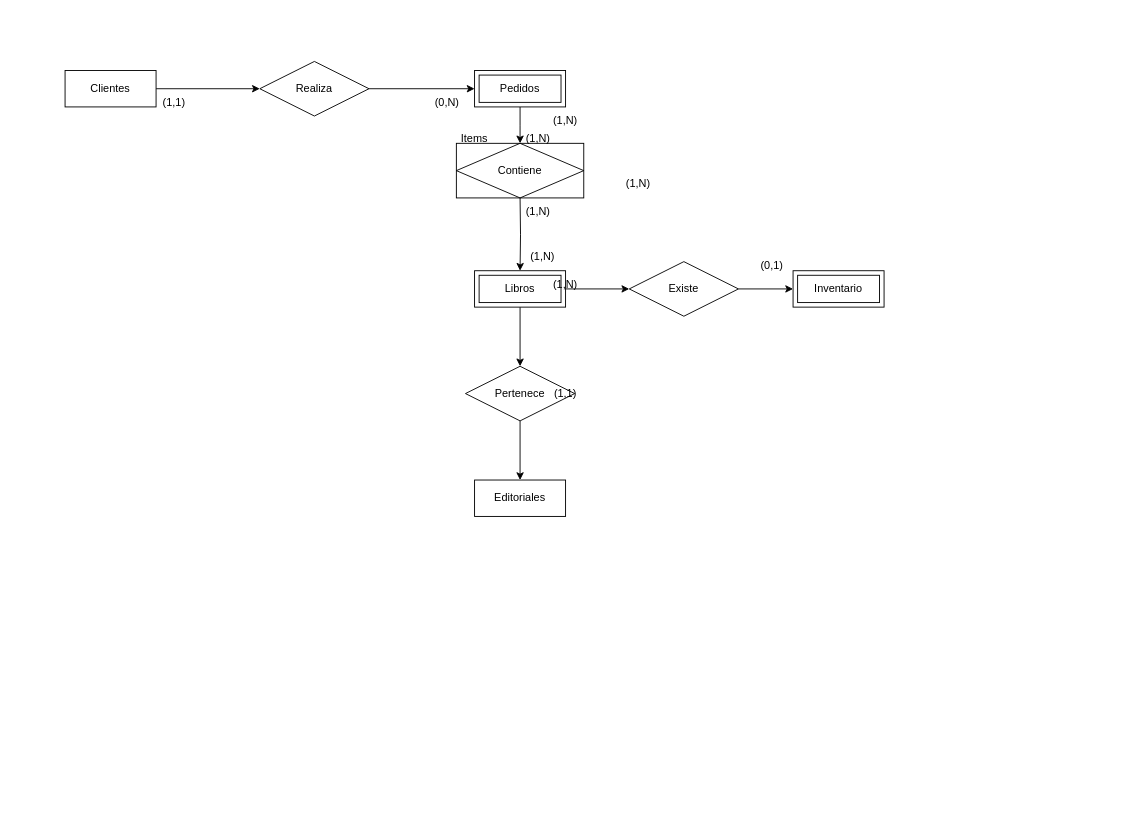
Aldo-CL/Bases-Datos keeps this draw.io diagram as Modelo.drawio. Above is the earlier version. Source tidied: cells renumbered, new cells numbered last; positions are measured from the earlier drawing's top-left corner, leaving out a move shared by most shapes. Both pictures are drawn from the tidied source at 91%, with x=0, y=0 at pixel (65, 61).
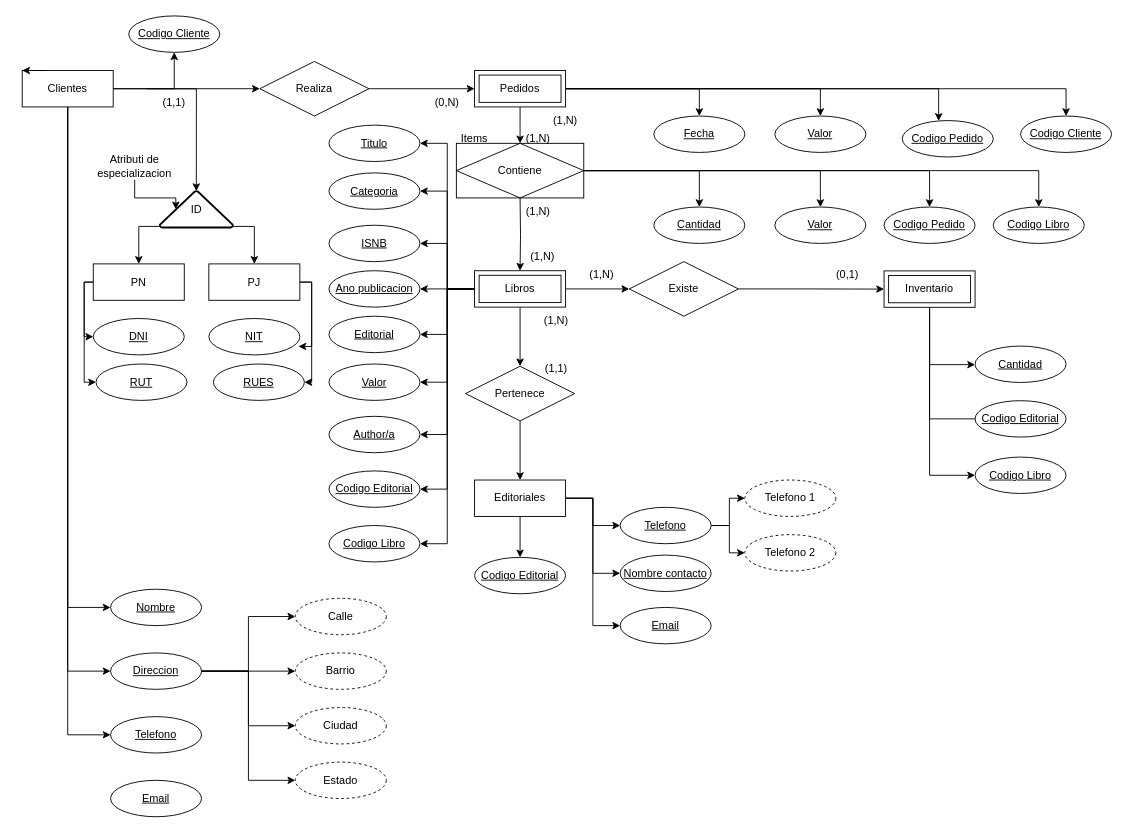
Above is the later version.

The change refers to these unchanged cells:
```xml
<mxCell id="5" value="Pedidos" style="shape=ext;margin=3;double=1;whiteSpace=wrap;html=1;align=center;" parent="1" vertex="1">
  <mxGeometry x="450" y="10" width="100" height="40" as="geometry" />
</mxCell>
<mxCell id="8" value="Libros" style="shape=ext;margin=3;double=1;whiteSpace=wrap;html=1;align=center;" parent="1" vertex="1">
  <mxGeometry x="450" y="230" width="100" height="40" as="geometry" />
</mxCell>
<mxCell id="10" value="Editoriales" style="whiteSpace=wrap;html=1;align=center;" parent="1" vertex="1">
  <mxGeometry x="450" y="460" width="100" height="40" as="geometry" />
</mxCell>
<mxCell id="26" value="Contiene" style="shape=associativeEntity;whiteSpace=wrap;html=1;align=center;" parent="1" vertex="1">
  <mxGeometry x="430" y="90" width="140" height="60" as="geometry" />
</mxCell>
```

The edit, as a diff of the source:
```diff
@@
+    <mxCell id="30" style="edgeStyle=orthogonalEdgeStyle;rounded=0;jettySize=auto;html=1;exitX=0.5;exitY=1;exitDx=0;exitDy=0;entryX=0;entryY=0.5;entryDx=0;entryDy=0;" parent="1" edge="1" source="3" target="63">
+      <mxGeometry relative="1" as="geometry" />
+    </mxCell>
+    <mxCell id="31" style="edgeStyle=orthogonalEdgeStyle;rounded=0;jettySize=auto;html=1;exitX=0.5;exitY=1;exitDx=0;exitDy=0;entryX=0;entryY=0.5;entryDx=0;entryDy=0;" parent="1" edge="1" source="3" target="64">
+      <mxGeometry relative="1" as="geometry" />
+    </mxCell>
+    <mxCell id="32" style="edgeStyle=orthogonalEdgeStyle;rounded=0;jettySize=auto;html=1;exitX=0.5;exitY=1;exitDx=0;exitDy=0;entryX=0;entryY=0.5;entryDx=0;entryDy=0;" parent="1" edge="1" source="3" target="59">
+      <mxGeometry relative="1" as="geometry" />
+    </mxCell>
+    <mxCell id="33" style="edgeStyle=orthogonalEdgeStyle;rounded=0;jettySize=auto;html=1;exitX=1;exitY=0.5;exitDx=0;exitDy=0;entryX=0.5;entryY=1;entryDx=0;entryDy=0;" parent="1" edge="1" source="3" target="104">
+      <mxGeometry relative="1" as="geometry" />
+    </mxCell>
     <mxCell id="3" value="Clientes" style="whiteSpace=wrap;html=1;align=center;" parent="1" vertex="1">
-      <mxGeometry y="10" width="100" height="40" as="geometry" />
+      <mxGeometry x="-47.1" y="10" width="100" height="40" as="geometry" />
     </mxCell>
@@
+    <mxCell id="34" style="edgeStyle=orthogonalEdgeStyle;rounded=0;jettySize=auto;html=1;exitX=1;exitY=0.5;exitDx=0;exitDy=0;entryX=0.5;entryY=0;entryDx=0;entryDy=0;" parent="1" edge="1" source="5" target="86">
+      <mxGeometry relative="1" as="geometry" />
+    </mxCell>
+    <mxCell id="35" style="edgeStyle=orthogonalEdgeStyle;rounded=0;jettySize=auto;html=1;entryX=0.5;entryY=0;entryDx=0;entryDy=0;" parent="1" edge="1" source="5" target="87">
+      <mxGeometry relative="1" as="geometry" />
+    </mxCell>
+    <mxCell id="36" style="edgeStyle=orthogonalEdgeStyle;rounded=0;jettySize=auto;html=1;entryX=0.5;entryY=0;entryDx=0;entryDy=0;" parent="1" edge="1" source="5" target="106">
+      <mxGeometry relative="1" as="geometry">
+        <Array as="points">
+          <mxPoint x="1100" y="30" />
+        </Array>
+      </mxGeometry>
+    </mxCell>
+    <mxCell id="37" style="edgeStyle=orthogonalEdgeStyle;rounded=0;jettySize=auto;html=1;exitX=1;exitY=0.5;exitDx=0;exitDy=0;" parent="1" edge="1" source="5" target="109">
+      <mxGeometry relative="1" as="geometry">
+        <Array as="points">
+          <mxPoint x="960" y="30" />
+        </Array>
+      </mxGeometry>
+    </mxCell>
@@
+    <mxCell id="38" style="edgeStyle=orthogonalEdgeStyle;rounded=0;jettySize=auto;html=1;exitX=0;exitY=0.5;exitDx=0;exitDy=0;entryX=1;entryY=0.5;entryDx=0;entryDy=0;" parent="1" edge="1" source="8" target="89">
+      <mxGeometry relative="1" as="geometry" />
+    </mxCell>
+    <mxCell id="39" style="edgeStyle=orthogonalEdgeStyle;rounded=0;jettySize=auto;html=1;exitX=0;exitY=0.5;exitDx=0;exitDy=0;entryX=1;entryY=0.5;entryDx=0;entryDy=0;" parent="1" edge="1" source="8" target="90">
+      <mxGeometry relative="1" as="geometry" />
+    </mxCell>
+    <mxCell id="40" style="edgeStyle=orthogonalEdgeStyle;rounded=0;jettySize=auto;html=1;exitX=0;exitY=0.5;exitDx=0;exitDy=0;entryX=1;entryY=0.5;entryDx=0;entryDy=0;" parent="1" edge="1" source="8" target="91">
+      <mxGeometry relative="1" as="geometry" />
+    </mxCell>
+    <mxCell id="41" style="edgeStyle=orthogonalEdgeStyle;rounded=0;jettySize=auto;html=1;exitX=0;exitY=0.5;exitDx=0;exitDy=0;entryX=1;entryY=0.5;entryDx=0;entryDy=0;" parent="1" edge="1" source="8" target="93">
+      <mxGeometry relative="1" as="geometry" />
+    </mxCell>
+    <mxCell id="42" style="edgeStyle=orthogonalEdgeStyle;rounded=0;jettySize=auto;html=1;exitX=0;exitY=0.5;exitDx=0;exitDy=0;entryX=1;entryY=0.5;entryDx=0;entryDy=0;" parent="1" edge="1" source="8" target="95">
+      <mxGeometry relative="1" as="geometry" />
+    </mxCell>
+    <mxCell id="43" style="edgeStyle=orthogonalEdgeStyle;rounded=0;jettySize=auto;html=1;exitX=0;exitY=0.5;exitDx=0;exitDy=0;entryX=1;entryY=0.5;entryDx=0;entryDy=0;" parent="1" edge="1" source="8" target="92">
+      <mxGeometry relative="1" as="geometry" />
+    </mxCell>
+    <mxCell id="44" style="edgeStyle=orthogonalEdgeStyle;rounded=0;jettySize=auto;html=1;exitX=0;exitY=0.5;exitDx=0;exitDy=0;entryX=1;entryY=0.5;entryDx=0;entryDy=0;" parent="1" edge="1" source="8" target="94">
+      <mxGeometry relative="1" as="geometry" />
+    </mxCell>
+    <mxCell id="45" style="edgeStyle=orthogonalEdgeStyle;rounded=0;jettySize=auto;html=1;entryX=1;entryY=0.5;entryDx=0;entryDy=0;" parent="1" edge="1" source="8" target="107">
+      <mxGeometry relative="1" as="geometry" />
+    </mxCell>
+    <mxCell id="46" style="edgeStyle=orthogonalEdgeStyle;rounded=0;jettySize=auto;html=1;exitX=0;exitY=0.5;exitDx=0;exitDy=0;entryX=1;entryY=0.5;entryDx=0;entryDy=0;" parent="1" edge="1" source="8" target="113">
+      <mxGeometry relative="1" as="geometry" />
+    </mxCell>
@@
+    <mxCell id="47" style="edgeStyle=orthogonalEdgeStyle;rounded=0;jettySize=auto;html=1;exitX=0.5;exitY=1;exitDx=0;exitDy=0;" parent="1" edge="1" source="9" target="88">
+      <mxGeometry relative="1" as="geometry">
+        <Array as="points">
+          <mxPoint x="950" y="333.2" />
+        </Array>
+      </mxGeometry>
+    </mxCell>
+    <mxCell id="48" style="edgeStyle=orthogonalEdgeStyle;rounded=0;jettySize=auto;html=1;exitX=0.5;exitY=1;exitDx=0;exitDy=0;entryX=1;entryY=0.5;entryDx=0;entryDy=0;" parent="1" edge="1" source="9" target="108">
+      <mxGeometry relative="1" as="geometry">
+        <Array as="points">
+          <mxPoint x="950" y="393.2" />
+        </Array>
+      </mxGeometry>
+    </mxCell>
+    <mxCell id="49" style="edgeStyle=orthogonalEdgeStyle;rounded=0;jettySize=auto;html=1;entryX=0;entryY=0.5;entryDx=0;entryDy=0;" parent="1" edge="1" source="9" target="115">
+      <mxGeometry relative="1" as="geometry" />
+    </mxCell>
     <mxCell id="9" value="Inventario" style="shape=ext;margin=3;double=1;whiteSpace=wrap;html=1;align=center;" parent="1" vertex="1">
-      <mxGeometry x="800" y="230" width="100" height="40" as="geometry" />
+      <mxGeometry x="900" y="230.2" width="100" height="40" as="geometry" />
     </mxCell>
+    <mxCell id="50" style="edgeStyle=orthogonalEdgeStyle;rounded=0;jettySize=auto;html=1;exitX=1;exitY=0.5;exitDx=0;exitDy=0;entryX=0;entryY=0.5;entryDx=0;entryDy=0;" parent="1" edge="1" source="10" target="98">
+      <mxGeometry relative="1" as="geometry" />
+    </mxCell>
+    <mxCell id="51" style="edgeStyle=orthogonalEdgeStyle;rounded=0;jettySize=auto;html=1;entryX=0;entryY=0.5;entryDx=0;entryDy=0;" parent="1" edge="1" source="10" target="99">
+      <mxGeometry relative="1" as="geometry" />
+    </mxCell>
+    <mxCell id="52" style="edgeStyle=orthogonalEdgeStyle;rounded=0;jettySize=auto;html=1;exitX=1;exitY=0.5;exitDx=0;exitDy=0;entryX=0;entryY=0.5;entryDx=0;entryDy=0;" parent="1" edge="1" source="10" target="100">
+      <mxGeometry relative="1" as="geometry" />
+    </mxCell>
+    <mxCell id="53" style="edgeStyle=orthogonalEdgeStyle;rounded=0;jettySize=auto;html=1;entryX=0.5;entryY=0;entryDx=0;entryDy=0;" parent="1" edge="1" source="10" target="105">
+      <mxGeometry relative="1" as="geometry" />
+    </mxCell>
@@
+    <mxCell id="54" style="edgeStyle=orthogonalEdgeStyle;rounded=0;jettySize=auto;html=1;exitX=0.25;exitY=0;exitDx=0;exitDy=0;entryX=0.5;entryY=0;entryDx=0;entryDy=0;entryPerimeter=0;" parent="1" edge="1" target="72">
+      <mxGeometry relative="1" as="geometry">
+        <mxPoint x="90" y="30.1" as="sourcePoint" />
+        <Array as="points">
+          <mxPoint x="144" y="30" />
+        </Array>
+      </mxGeometry>
+    </mxCell>
@@
     <mxCell id="20" value="(1,1)" style="text;html=1;align=center;verticalAlign=middle;whiteSpace=wrap;rounded=0;" parent="1" vertex="1">
-      <mxGeometry x="520" y="350" width="60" height="30" as="geometry" />
+      <mxGeometry x="510" y="322.5" width="60" height="30" as="geometry" />
     </mxCell>
     <mxCell id="21" value="(1,N)" style="text;html=1;align=center;verticalAlign=middle;whiteSpace=wrap;rounded=0;" parent="1" vertex="1">
-      <mxGeometry x="520" y="230" width="60" height="30" as="geometry" />
+      <mxGeometry x="510" y="270" width="60" height="30" as="geometry" />
     </mxCell>
@@
     <mxCell id="25" value="(0,1)" style="text;html=1;align=center;verticalAlign=middle;whiteSpace=wrap;rounded=0;" parent="1" vertex="1">
-      <mxGeometry x="747" y="210" width="60" height="30" as="geometry" />
+      <mxGeometry x="830" y="220" width="60" height="30" as="geometry" />
     </mxCell>
+    <mxCell id="55" style="edgeStyle=orthogonalEdgeStyle;rounded=0;jettySize=auto;html=1;" parent="1" edge="1" source="26" target="110">
+      <mxGeometry relative="1" as="geometry" />
+    </mxCell>
+    <mxCell id="56" style="edgeStyle=orthogonalEdgeStyle;rounded=0;jettySize=auto;html=1;exitX=1;exitY=0.5;exitDx=0;exitDy=0;entryX=0.5;entryY=0;entryDx=0;entryDy=0;" parent="1" edge="1" source="26" target="111">
+      <mxGeometry relative="1" as="geometry" />
+    </mxCell>
+    <mxCell id="57" style="edgeStyle=orthogonalEdgeStyle;rounded=0;jettySize=auto;html=1;exitX=1;exitY=0.5;exitDx=0;exitDy=0;entryX=0.5;entryY=0;entryDx=0;entryDy=0;" parent="1" edge="1" source="26" target="112">
+      <mxGeometry relative="1" as="geometry" />
+    </mxCell>
+    <mxCell id="58" style="edgeStyle=orthogonalEdgeStyle;rounded=0;jettySize=auto;html=1;exitX=1;exitY=0.5;exitDx=0;exitDy=0;entryX=0.5;entryY=0;entryDx=0;entryDy=0;" parent="1" edge="1" source="26" target="114">
+      <mxGeometry relative="1" as="geometry" />
+    </mxCell>
@@
     <mxCell id="29" value="(1,N)" style="text;html=1;align=center;verticalAlign=middle;whiteSpace=wrap;rounded=0;" parent="1" vertex="1">
-      <mxGeometry x="600" y="120" width="60" height="30" as="geometry" />
+      <mxGeometry x="560" y="220" width="60" height="30" as="geometry" />
     </mxCell>
+    <mxCell id="59" value="Nombre" style="ellipse;whiteSpace=wrap;html=1;align=center;fontStyle=4;" parent="1" vertex="1">
+      <mxGeometry x="50" y="580" width="100" height="40" as="geometry" />
+    </mxCell>
+    <mxCell id="60" style="edgeStyle=orthogonalEdgeStyle;rounded=0;jettySize=auto;html=1;exitX=1;exitY=0.5;exitDx=0;exitDy=0;entryX=0;entryY=0.5;entryDx=0;entryDy=0;" parent="1" edge="1" source="63" target="66">
+      <mxGeometry relative="1" as="geometry" />
+    </mxCell>
+    <mxCell id="61" style="edgeStyle=orthogonalEdgeStyle;rounded=0;jettySize=auto;html=1;entryX=0;entryY=0.5;entryDx=0;entryDy=0;" parent="1" edge="1" source="63" target="67">
+      <mxGeometry relative="1" as="geometry" />
+    </mxCell>
+    <mxCell id="62" style="edgeStyle=orthogonalEdgeStyle;rounded=0;jettySize=auto;html=1;entryX=0;entryY=0.5;entryDx=0;entryDy=0;" parent="1" edge="1" source="63" target="69">
+      <mxGeometry relative="1" as="geometry" />
+    </mxCell>
+    <mxCell id="63" value="Direccion" style="ellipse;whiteSpace=wrap;html=1;align=center;fontStyle=4;" parent="1" vertex="1">
+      <mxGeometry x="50" y="650" width="100" height="40" as="geometry" />
+    </mxCell>
+    <mxCell id="64" value="Telefono" style="ellipse;whiteSpace=wrap;html=1;align=center;fontStyle=4;" parent="1" vertex="1">
+      <mxGeometry x="50" y="720" width="100" height="40" as="geometry" />
+    </mxCell>
+    <mxCell id="65" value="Email" style="ellipse;whiteSpace=wrap;html=1;align=center;fontStyle=4;" parent="1" vertex="1">
+      <mxGeometry x="50" y="790" width="100" height="40" as="geometry" />
+    </mxCell>
+    <mxCell id="66" value="Calle" style="ellipse;whiteSpace=wrap;html=1;align=center;dashed=1;" parent="1" vertex="1">
+      <mxGeometry x="253" y="590" width="100" height="40" as="geometry" />
+    </mxCell>
+    <mxCell id="67" value="Barrio" style="ellipse;whiteSpace=wrap;html=1;align=center;dashed=1;" parent="1" vertex="1">
+      <mxGeometry x="253" y="650" width="100" height="40" as="geometry" />
+    </mxCell>
+    <mxCell id="68" value="Ciudad" style="ellipse;whiteSpace=wrap;html=1;align=center;dashed=1;" parent="1" vertex="1">
+      <mxGeometry x="253" y="710" width="100" height="40" as="geometry" />
+    </mxCell>
+    <mxCell id="69" value="Estado" style="ellipse;whiteSpace=wrap;html=1;align=center;dashed=1;" parent="1" vertex="1">
+      <mxGeometry x="253" y="770" width="100" height="40" as="geometry" />
+    </mxCell>
+    <mxCell id="70" style="edgeStyle=orthogonalEdgeStyle;rounded=0;jettySize=auto;html=1;entryX=0;entryY=0.5;entryDx=0;entryDy=0;" parent="1" edge="1" source="63" target="68">
+      <mxGeometry relative="1" as="geometry" />
+    </mxCell>
+    <mxCell id="71" style="edgeStyle=orthogonalEdgeStyle;rounded=0;jettySize=auto;html=1;exitX=0.99;exitY=0.97;exitDx=0;exitDy=0;exitPerimeter=0;entryX=0.5;entryY=0;entryDx=0;entryDy=0;" parent="1" edge="1" source="72" target="77">
+      <mxGeometry relative="1" as="geometry" />
+    </mxCell>
+    <mxCell id="72" value="ID" style="strokeWidth=2;html=1;shape=mxgraph.flowchart.extract_or_measurement;whiteSpace=wrap;" parent="1" vertex="1">
+      <mxGeometry x="104" y="142.5" width="80.5" height="40" as="geometry" />
+    </mxCell>
+    <mxCell id="73" style="edgeStyle=orthogonalEdgeStyle;rounded=0;jettySize=auto;html=1;exitX=0;exitY=0.5;exitDx=0;exitDy=0;entryX=0;entryY=0.5;entryDx=0;entryDy=0;" parent="1" edge="1" source="75" target="80">
+      <mxGeometry relative="1" as="geometry">
+        <Array as="points">
+          <mxPoint x="21" y="242.5" />
+          <mxPoint x="21" y="302.5" />
+        </Array>
+      </mxGeometry>
+    </mxCell>
+    <mxCell id="74" style="edgeStyle=orthogonalEdgeStyle;rounded=0;jettySize=auto;html=1;exitX=0;exitY=0.5;exitDx=0;exitDy=0;entryX=0;entryY=0.5;entryDx=0;entryDy=0;" parent="1" edge="1" source="75" target="83">
+      <mxGeometry relative="1" as="geometry">
+        <Array as="points">
+          <mxPoint x="21" y="242.5" />
+          <mxPoint x="21" y="352.5" />
+        </Array>
+      </mxGeometry>
+    </mxCell>
+    <mxCell id="75" value="PN" style="whiteSpace=wrap;html=1;align=center;" parent="1" vertex="1">
+      <mxGeometry x="31" y="222.5" width="100" height="40" as="geometry" />
+    </mxCell>
+    <mxCell id="76" style="edgeStyle=orthogonalEdgeStyle;rounded=0;jettySize=auto;html=1;entryX=1;entryY=0.5;entryDx=0;entryDy=0;" parent="1" edge="1" source="77" target="81">
+      <mxGeometry relative="1" as="geometry">
+        <Array as="points">
+          <mxPoint x="271" y="242.5" />
+          <mxPoint x="271" y="352.5" />
+        </Array>
+      </mxGeometry>
+    </mxCell>
+    <mxCell id="77" value="PJ" style="whiteSpace=wrap;html=1;align=center;" parent="1" vertex="1">
+      <mxGeometry x="158" y="222.5" width="100" height="40" as="geometry" />
+    </mxCell>
+    <mxCell id="78" style="edgeStyle=orthogonalEdgeStyle;rounded=0;jettySize=auto;html=1;exitX=0.01;exitY=0.97;exitDx=0;exitDy=0;exitPerimeter=0;entryX=0.5;entryY=0;entryDx=0;entryDy=0;" parent="1" edge="1" source="72" target="75">
+      <mxGeometry relative="1" as="geometry" />
+    </mxCell>
+    <mxCell id="79" value="Atributi de especializacion" style="text;html=1;align=center;verticalAlign=middle;whiteSpace=wrap;rounded=0;" parent="1" vertex="1">
+      <mxGeometry x="31" y="100" width="91" height="30" as="geometry" />
+    </mxCell>
+    <mxCell id="80" value="DNI" style="ellipse;whiteSpace=wrap;html=1;align=center;fontStyle=4;" parent="1" vertex="1">
+      <mxGeometry x="31" y="282.5" width="100" height="40" as="geometry" />
+    </mxCell>
+    <mxCell id="81" value="RUES" style="ellipse;whiteSpace=wrap;html=1;align=center;fontStyle=4;" parent="1" vertex="1">
+      <mxGeometry x="163" y="332.5" width="100" height="40" as="geometry" />
+    </mxCell>
+    <mxCell id="82" value="NIT" style="ellipse;whiteSpace=wrap;html=1;align=center;fontStyle=4;" parent="1" vertex="1">
+      <mxGeometry x="158" y="282.5" width="100" height="40" as="geometry" />
+    </mxCell>
+    <mxCell id="83" value="RUT" style="ellipse;whiteSpace=wrap;html=1;align=center;fontStyle=4;" parent="1" vertex="1">
+      <mxGeometry x="34" y="332.5" width="100" height="40" as="geometry" />
+    </mxCell>
+    <mxCell id="84" style="edgeStyle=orthogonalEdgeStyle;rounded=0;jettySize=auto;html=1;entryX=0.985;entryY=0.767;entryDx=0;entryDy=0;entryPerimeter=0;" parent="1" edge="1" source="77" target="82">
+      <mxGeometry relative="1" as="geometry">
+        <Array as="points">
+          <mxPoint x="271" y="242.5" />
+          <mxPoint x="271" y="312.5" />
+          <mxPoint x="256" y="312.5" />
+        </Array>
+      </mxGeometry>
+    </mxCell>
+    <mxCell id="85" style="edgeStyle=orthogonalEdgeStyle;rounded=0;orthogonalLoop=1;jettySize=auto;html=1;exitX=0.25;exitY=0;exitDx=0;exitDy=0;entryX=0;entryY=0;entryDx=0;entryDy=0;" parent="1" edge="1" source="3" target="3">
+      <mxGeometry relative="1" as="geometry" />
+    </mxCell>
+    <mxCell id="86" value="Fecha" style="ellipse;whiteSpace=wrap;html=1;align=center;fontStyle=4;" parent="1" vertex="1">
+      <mxGeometry x="647" y="60" width="100" height="40" as="geometry" />
+    </mxCell>
+    <mxCell id="87" value="Valor" style="ellipse;whiteSpace=wrap;html=1;align=center;fontStyle=4;" parent="1" vertex="1">
+      <mxGeometry x="780" y="60" width="100" height="40" as="geometry" />
+    </mxCell>
+    <mxCell id="88" value="Cantidad" style="ellipse;whiteSpace=wrap;html=1;align=center;fontStyle=4;" parent="1" vertex="1">
+      <mxGeometry x="1000" y="312.8" width="100" height="40" as="geometry" />
+    </mxCell>
+    <mxCell id="89" value="Titulo" style="ellipse;whiteSpace=wrap;html=1;align=center;fontStyle=4;" parent="1" vertex="1">
+      <mxGeometry x="290" y="70" width="100" height="40" as="geometry" />
+    </mxCell>
+    <mxCell id="90" value="Categoria" style="ellipse;whiteSpace=wrap;html=1;align=center;fontStyle=4;" parent="1" vertex="1">
+      <mxGeometry x="290" y="122.5" width="100" height="40" as="geometry" />
+    </mxCell>
+    <mxCell id="91" value="ISNB" style="ellipse;whiteSpace=wrap;html=1;align=center;fontStyle=4;" parent="1" vertex="1">
+      <mxGeometry x="290" y="180" width="100" height="40" as="geometry" />
+    </mxCell>
+    <mxCell id="92" value="Editorial" style="ellipse;whiteSpace=wrap;html=1;align=center;fontStyle=4;" parent="1" vertex="1">
+      <mxGeometry x="290" y="280" width="100" height="40" as="geometry" />
+    </mxCell>
+    <mxCell id="93" value="Ano publicacion" style="ellipse;whiteSpace=wrap;html=1;align=center;fontStyle=4;" parent="1" vertex="1">
+      <mxGeometry x="290" y="230" width="100" height="40" as="geometry" />
+    </mxCell>
+    <mxCell id="94" value="Valor" style="ellipse;whiteSpace=wrap;html=1;align=center;fontStyle=4;" parent="1" vertex="1">
+      <mxGeometry x="290" y="332.5" width="100" height="40" as="geometry" />
+    </mxCell>
+    <mxCell id="95" value="Author/a" style="ellipse;whiteSpace=wrap;html=1;align=center;fontStyle=4;" parent="1" vertex="1">
+      <mxGeometry x="290" y="390" width="100" height="40" as="geometry" />
+    </mxCell>
+    <mxCell id="96" style="edgeStyle=orthogonalEdgeStyle;rounded=0;jettySize=auto;html=1;" parent="1" edge="1" source="98" target="101">
+      <mxGeometry relative="1" as="geometry" />
+    </mxCell>
+    <mxCell id="97" style="edgeStyle=orthogonalEdgeStyle;rounded=0;jettySize=auto;html=1;exitX=1;exitY=0.5;exitDx=0;exitDy=0;entryX=0;entryY=0.5;entryDx=0;entryDy=0;" parent="1" edge="1" source="98" target="102">
+      <mxGeometry relative="1" as="geometry" />
+    </mxCell>
+    <mxCell id="98" value="Telefono" style="ellipse;whiteSpace=wrap;html=1;align=center;fontStyle=4;" parent="1" vertex="1">
+      <mxGeometry x="610" y="490" width="100" height="40" as="geometry" />
+    </mxCell>
+    <mxCell id="99" value="Nombre contacto" style="ellipse;whiteSpace=wrap;html=1;align=center;fontStyle=4;" parent="1" vertex="1">
+      <mxGeometry x="610" y="542.5" width="100" height="40" as="geometry" />
+    </mxCell>
+    <mxCell id="100" value="Email" style="ellipse;whiteSpace=wrap;html=1;align=center;fontStyle=4;" parent="1" vertex="1">
+      <mxGeometry x="610" y="600" width="100" height="40" as="geometry" />
+    </mxCell>
+    <mxCell id="101" value="Telefono 1" style="ellipse;whiteSpace=wrap;html=1;align=center;dashed=1;" parent="1" vertex="1">
+      <mxGeometry x="747" y="460" width="100" height="40" as="geometry" />
+    </mxCell>
+    <mxCell id="102" value="Telefono 2" style="ellipse;whiteSpace=wrap;html=1;align=center;dashed=1;" parent="1" vertex="1">
+      <mxGeometry x="747" y="520" width="100" height="40" as="geometry" />
+    </mxCell>
+    <mxCell id="103" style="edgeStyle=orthogonalEdgeStyle;rounded=0;jettySize=auto;html=1;entryX=0.22;entryY=0.5;entryDx=0;entryDy=0;entryPerimeter=0;" parent="1" edge="1" source="79" target="72">
+      <mxGeometry relative="1" as="geometry" />
+    </mxCell>
+    <mxCell id="104" value="Codigo Cliente" style="ellipse;whiteSpace=wrap;html=1;align=center;fontStyle=4;" parent="1" vertex="1">
+      <mxGeometry x="70" y="-50" width="100" height="40" as="geometry" />
+    </mxCell>
+    <mxCell id="105" value="Codigo Editorial" style="ellipse;whiteSpace=wrap;html=1;align=center;fontStyle=4;" parent="1" vertex="1">
+      <mxGeometry x="450" y="545" width="100" height="40" as="geometry" />
+    </mxCell>
+    <mxCell id="106" value="Codigo Cliente" style="ellipse;whiteSpace=wrap;html=1;align=center;fontStyle=4;" parent="1" vertex="1">
+      <mxGeometry x="1050" y="60" width="100" height="40" as="geometry" />
+    </mxCell>
+    <mxCell id="107" value="Codigo Editorial" style="ellipse;whiteSpace=wrap;html=1;align=center;fontStyle=4;" parent="1" vertex="1">
+      <mxGeometry x="290" y="450" width="100" height="40" as="geometry" />
+    </mxCell>
+    <mxCell id="108" value="Codigo Editorial" style="ellipse;whiteSpace=wrap;html=1;align=center;fontStyle=4;" parent="1" vertex="1">
+      <mxGeometry x="1000" y="372.8" width="100" height="40" as="geometry" />
+    </mxCell>
+    <mxCell id="109" value="Codigo Pedido" style="ellipse;whiteSpace=wrap;html=1;align=center;fontStyle=4;" parent="1" vertex="1">
+      <mxGeometry x="920" y="65" width="100" height="40" as="geometry" />
+    </mxCell>
+    <mxCell id="110" value="Cantidad" style="ellipse;whiteSpace=wrap;html=1;align=center;fontStyle=4;" parent="1" vertex="1">
+      <mxGeometry x="647" y="160" width="100" height="40" as="geometry" />
+    </mxCell>
+    <mxCell id="111" value="Valor" style="ellipse;whiteSpace=wrap;html=1;align=center;fontStyle=4;" parent="1" vertex="1">
+      <mxGeometry x="780" y="160" width="100" height="40" as="geometry" />
+    </mxCell>
+    <mxCell id="112" value="Codigo Pedido" style="ellipse;whiteSpace=wrap;html=1;align=center;fontStyle=4;" parent="1" vertex="1">
+      <mxGeometry x="900" y="160" width="100" height="40" as="geometry" />
+    </mxCell>
+    <mxCell id="113" value="Codigo Libro" style="ellipse;whiteSpace=wrap;html=1;align=center;fontStyle=4;" parent="1" vertex="1">
+      <mxGeometry x="290" y="510" width="100" height="40" as="geometry" />
+    </mxCell>
+    <mxCell id="114" value="Codigo Libro" style="ellipse;whiteSpace=wrap;html=1;align=center;fontStyle=4;" parent="1" vertex="1">
+      <mxGeometry x="1020" y="160" width="100" height="40" as="geometry" />
+    </mxCell>
+    <mxCell id="115" value="Codigo Libro" style="ellipse;whiteSpace=wrap;html=1;align=center;fontStyle=4;" parent="1" vertex="1">
+      <mxGeometry x="1000" y="434.8" width="100" height="40" as="geometry" />
+    </mxCell>
```
